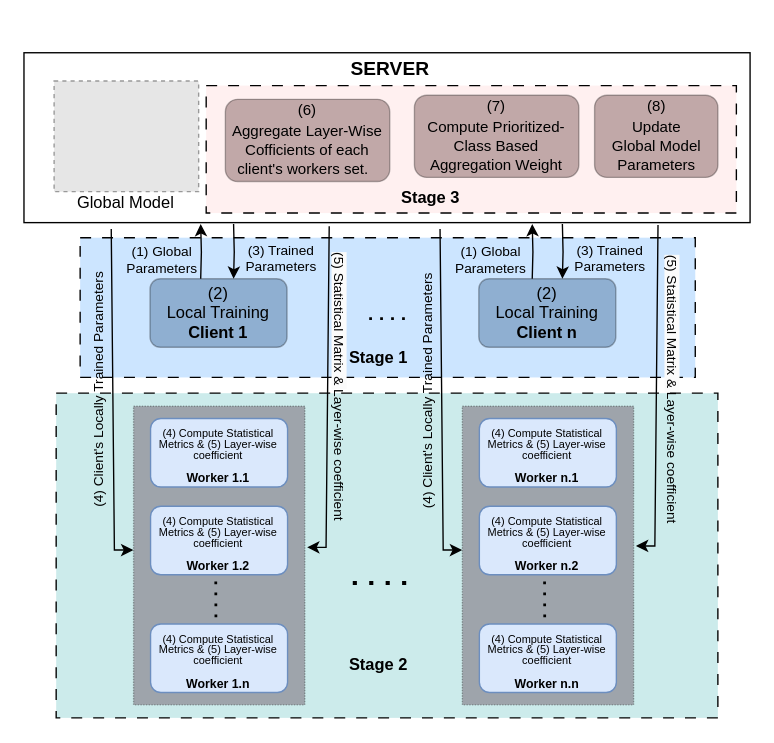
sujit880/Plotting_Graphs keeps this draw.io diagram as Copy of FedSat_FrameWork_Design.drawio. Above is the earlier version. Source tidied: cells renumbered, new cells numbered last; positions are measured from the earlier drawing's top-left corner, leaving out a move shared by most shapes. Both pictures are drawn from the tidied source at 137%, with x=0, y=0 at pixel (-23, 51). Pictures stored in the file or linked from it are replaced by grey dashed boxes.
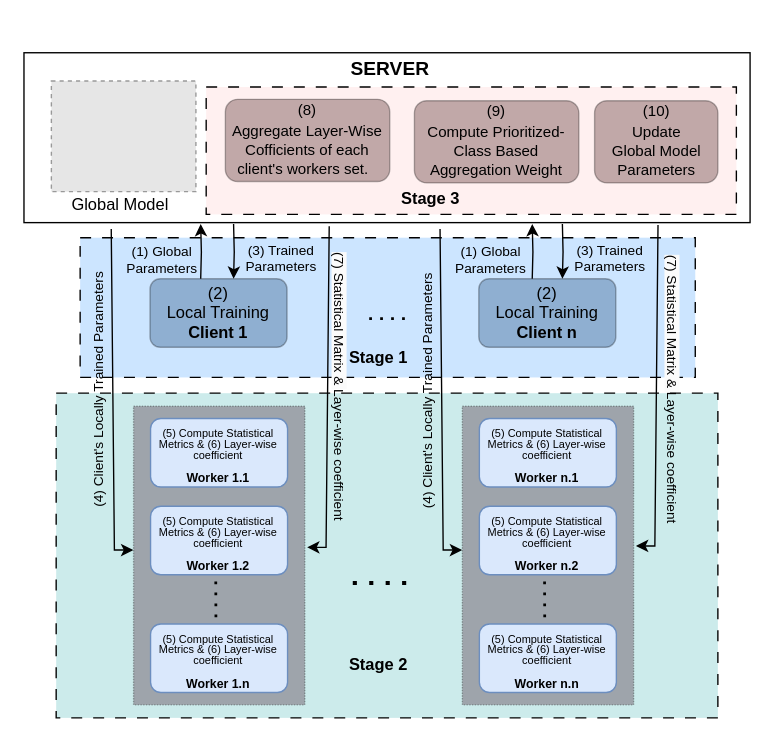
After the change.

The change refers to these unchanged cells:
```xml
<mxCell id="16" style="group;" parent="1" vertex="1">
  <mxGeometry x="114" y="259" width="125" height="218" as="geometry" />
</mxCell>
<mxCell id="22" style="group;" parent="1" vertex="1">
  <mxGeometry x="354" y="259" width="125" height="218" as="geometry" />
</mxCell>
```

Diff of the diagram source:
```diff
@@
     <mxCell id="5" style="rounded=0;whiteSpace=wrap;html=1;dashed=1;dashPattern=8 8;fillColor=#FFCCCC;fillOpacity=30;strokeOpacity=100;" parent="1" vertex="1">
-      <mxGeometry x="167" y="25" width="387" height="93" as="geometry" />
+      <mxGeometry x="167" y="26" width="387" height="93" as="geometry" />
     </mxCell>
-    <mxCell id="6" value="&lt;div style=&quot;font-size: 11px;&quot;&gt;&lt;font style=&quot;font-size: 11px;&quot;&gt;(6)&lt;/font&gt;&lt;/div&gt;&lt;font style=&quot;font-size: 11px;&quot;&gt;Aggregate Layer-Wise Cofficients of each client's workers set.&amp;nbsp;&amp;nbsp;&lt;/font&gt;" style="rounded=1;whiteSpace=wrap;html=1;fillColor=#330000;opacity=30;" parent="1" vertex="1">
+    <mxCell id="6" value="&lt;div style=&quot;font-size: 11px;&quot;&gt;&lt;font style=&quot;font-size: 11px;&quot;&gt;(8)&lt;/font&gt;&lt;/div&gt;&lt;font style=&quot;font-size: 11px;&quot;&gt;Aggregate Layer-Wise Cofficients of each client's workers set.&amp;nbsp;&amp;nbsp;&lt;/font&gt;" style="rounded=1;whiteSpace=wrap;html=1;fillColor=#330000;opacity=30;" parent="1" vertex="1">
       <mxGeometry x="181" y="35" width="120" height="60" as="geometry" />
     </mxCell>
-    <mxCell id="7" value="&lt;div style=&quot;font-size: 11px;&quot;&gt;&lt;font style=&quot;font-size: 11px;&quot;&gt;(7)&lt;/font&gt;&lt;/div&gt;&lt;font style=&quot;font-size: 11px;&quot;&gt;Compute Prioritized-Class Based Aggregation Weight&lt;/font&gt;" style="rounded=1;whiteSpace=wrap;html=1;fillColor=#330000;opacity=30;" parent="1" vertex="1">
-      <mxGeometry x="319" y="32" width="120" height="60" as="geometry" />
+    <mxCell id="7" value="&lt;div style=&quot;font-size: 11px;&quot;&gt;&lt;font style=&quot;font-size: 11px;&quot;&gt;(9)&lt;/font&gt;&lt;/div&gt;&lt;font style=&quot;font-size: 11px;&quot;&gt;Compute Prioritized-Class Based Aggregation Weight&lt;/font&gt;" style="rounded=1;whiteSpace=wrap;html=1;fillColor=#330000;opacity=30;" parent="1" vertex="1">
+      <mxGeometry x="319" y="36" width="120" height="60" as="geometry" />
     </mxCell>
-    <mxCell id="8" value="&lt;div style=&quot;font-size: 11px;&quot;&gt;&lt;font style=&quot;font-size: 11px;&quot;&gt;(8)&lt;/font&gt;&lt;/div&gt;&lt;font style=&quot;font-size: 11px;&quot;&gt;Update&lt;br&gt;Global Model Parameters&lt;/font&gt;" style="rounded=1;whiteSpace=wrap;html=1;fillColor=#330000;opacity=30;" parent="1" vertex="1">
-      <mxGeometry x="450.5" y="32" width="90" height="60" as="geometry" />
+    <mxCell id="8" value="&lt;div style=&quot;font-size: 11px;&quot;&gt;&lt;font style=&quot;font-size: 11px;&quot;&gt;(10)&lt;/font&gt;&lt;/div&gt;&lt;font style=&quot;font-size: 11px;&quot;&gt;Update&lt;br&gt;Global Model Parameters&lt;/font&gt;" style="rounded=1;whiteSpace=wrap;html=1;fillColor=#330000;opacity=30;" parent="1" vertex="1">
+      <mxGeometry x="450.5" y="36" width="90" height="60" as="geometry" />
     </mxCell>
     <mxCell id="9" value="&lt;b&gt;Stage 3&lt;/b&gt;" style="text;html=1;align=center;verticalAlign=middle;whiteSpace=wrap;rounded=0;" parent="1" vertex="1">
-      <mxGeometry x="301" y="92" width="60" height="30" as="geometry" />
+      <mxGeometry x="301" y="93" width="60" height="30" as="geometry" />
     </mxCell>
@@
     <mxCell id="11" style="fillColor=#E6E6E6;strokeColor=#999999;dashed=1;verticalLabelPosition=bottom;labelBackgroundColor=default;verticalAlign=top;" parent="1" vertex="1">
-      <mxGeometry x="56" y="21.6" width="105.5" height="80.8" as="geometry" />
+      <mxGeometry x="54" y="21.6" width="105.5" height="80.8" as="geometry" />
     </mxCell>
     <mxCell id="12" value="Global Model" style="text;html=1;align=center;verticalAlign=middle;whiteSpace=wrap;rounded=0;" parent="1" vertex="1">
-      <mxGeometry x="71.1" y="96" width="75.2" height="30" as="geometry" />
+      <mxGeometry x="67.1" y="97" width="75.2" height="30" as="geometry" />
     </mxCell>
@@
-    <mxCell id="19" value="&lt;p style=&quot;line-height: 50%;&quot;&gt;&lt;font style=&quot;font-size: 8px;&quot;&gt;(4) Compute Statistical&lt;br&gt;Metrics &amp;amp; (5)&amp;nbsp;&lt;/font&gt;&lt;span style=&quot;background-color: initial;&quot;&gt;&lt;span style=&quot;font-size: 8px;&quot;&gt;Layer-wise coefficient&lt;/span&gt;&lt;/span&gt;&lt;/p&gt;&lt;p style=&quot;line-height: 0%;&quot;&gt;&lt;span style=&quot;background-color: initial;&quot;&gt;&lt;b style=&quot;&quot;&gt;&lt;font style=&quot;font-size: 9px;&quot;&gt;Worker 1.n&lt;/font&gt;&lt;/b&gt;&lt;/span&gt;&lt;/p&gt;" style="rounded=1;whiteSpace=wrap;html=1;fillColor=#dae8fc;strokeColor=#6c8ebf;" parent="16" vertex="1">
+    <mxCell id="19" value="&lt;p style=&quot;line-height: 50%;&quot;&gt;&lt;font style=&quot;font-size: 8px;&quot;&gt;(5) Compute Statistical&lt;br&gt;Metrics &amp;amp; (6)&amp;nbsp;&lt;/font&gt;&lt;span style=&quot;background-color: initial;&quot;&gt;&lt;span style=&quot;font-size: 8px;&quot;&gt;Layer-wise coefficient&lt;/span&gt;&lt;/span&gt;&lt;/p&gt;&lt;p style=&quot;line-height: 0%;&quot;&gt;&lt;span style=&quot;background-color: initial;&quot;&gt;&lt;b style=&quot;&quot;&gt;&lt;font style=&quot;font-size: 9px;&quot;&gt;Worker 1.n&lt;/font&gt;&lt;/b&gt;&lt;/span&gt;&lt;/p&gt;" style="rounded=1;whiteSpace=wrap;html=1;fillColor=#dae8fc;strokeColor=#6c8ebf;" parent="16" vertex="1">
       <mxGeometry x="12.4" y="159" width="100" height="50" as="geometry" />
     </mxCell>
-    <mxCell id="20" value="&lt;p style=&quot;line-height: 50%;&quot;&gt;&lt;font style=&quot;font-size: 8px;&quot;&gt;(4) Compute Statistical&lt;br&gt;Metrics &amp;amp; (5)&amp;nbsp;&lt;/font&gt;&lt;span style=&quot;background-color: initial;&quot;&gt;&lt;span style=&quot;font-size: 8px;&quot;&gt;Layer-wise coefficient&lt;/span&gt;&lt;/span&gt;&lt;/p&gt;&lt;p style=&quot;line-height: 0%;&quot;&gt;&lt;span style=&quot;background-color: initial;&quot;&gt;&lt;b style=&quot;&quot;&gt;&lt;font style=&quot;font-size: 9px;&quot;&gt;Worker 1.1&lt;/font&gt;&lt;/b&gt;&lt;/span&gt;&lt;/p&gt;" style="rounded=1;whiteSpace=wrap;html=1;fillColor=#dae8fc;strokeColor=#6c8ebf;" parent="16" vertex="1">
+    <mxCell id="20" value="&lt;p style=&quot;line-height: 50%;&quot;&gt;&lt;font style=&quot;font-size: 8px;&quot;&gt;(5) Compute Statistical&lt;br&gt;Metrics &amp;amp; (6)&amp;nbsp;&lt;/font&gt;&lt;span style=&quot;background-color: initial;&quot;&gt;&lt;span style=&quot;font-size: 8px;&quot;&gt;Layer-wise coefficient&lt;/span&gt;&lt;/span&gt;&lt;/p&gt;&lt;p style=&quot;line-height: 0%;&quot;&gt;&lt;span style=&quot;background-color: initial;&quot;&gt;&lt;b style=&quot;&quot;&gt;&lt;font style=&quot;font-size: 9px;&quot;&gt;Worker 1.1&lt;/font&gt;&lt;/b&gt;&lt;/span&gt;&lt;/p&gt;" style="rounded=1;whiteSpace=wrap;html=1;fillColor=#dae8fc;strokeColor=#6c8ebf;" parent="16" vertex="1">
       <mxGeometry x="12.4" y="9" width="100" height="50" as="geometry" />
     </mxCell>
-    <mxCell id="21" value="&lt;p style=&quot;line-height: 50%;&quot;&gt;&lt;font style=&quot;font-size: 8px;&quot;&gt;(4) Compute Statistical&lt;br&gt;Metrics &amp;amp; (5)&amp;nbsp;&lt;/font&gt;&lt;span style=&quot;background-color: initial;&quot;&gt;&lt;span style=&quot;font-size: 8px;&quot;&gt;Layer-wise coefficient&lt;/span&gt;&lt;/span&gt;&lt;/p&gt;&lt;p style=&quot;line-height: 0%;&quot;&gt;&lt;span style=&quot;background-color: initial;&quot;&gt;&lt;b style=&quot;&quot;&gt;&lt;font style=&quot;font-size: 9px;&quot;&gt;Worker 1.2&lt;/font&gt;&lt;/b&gt;&lt;/span&gt;&lt;/p&gt;" style="rounded=1;whiteSpace=wrap;html=1;fillColor=#dae8fc;strokeColor=#6c8ebf;" parent="16" vertex="1">
+    <mxCell id="21" value="&lt;p style=&quot;line-height: 50%;&quot;&gt;&lt;font style=&quot;font-size: 8px;&quot;&gt;(5) Compute Statistical&lt;br&gt;Metrics &amp;amp; (6)&amp;nbsp;&lt;/font&gt;&lt;span style=&quot;background-color: initial;&quot;&gt;&lt;span style=&quot;font-size: 8px;&quot;&gt;Layer-wise coefficient&lt;/span&gt;&lt;/span&gt;&lt;/p&gt;&lt;p style=&quot;line-height: 0%;&quot;&gt;&lt;span style=&quot;background-color: initial;&quot;&gt;&lt;b style=&quot;&quot;&gt;&lt;font style=&quot;font-size: 9px;&quot;&gt;Worker 1.2&lt;/font&gt;&lt;/b&gt;&lt;/span&gt;&lt;/p&gt;" style="rounded=1;whiteSpace=wrap;html=1;fillColor=#dae8fc;strokeColor=#6c8ebf;" parent="16" vertex="1">
       <mxGeometry x="12.4" y="73" width="100" height="50" as="geometry" />
     </mxCell>
@@
-    <mxCell id="25" value="&lt;p style=&quot;line-height: 50%;&quot;&gt;&lt;font style=&quot;font-size: 8px;&quot;&gt;(4) Compute Statistical&lt;br&gt;Metrics &amp;amp; (5)&amp;nbsp;&lt;/font&gt;&lt;span style=&quot;background-color: initial;&quot;&gt;&lt;span style=&quot;font-size: 8px;&quot;&gt;Layer-wise coefficient&lt;/span&gt;&lt;/span&gt;&lt;/p&gt;&lt;p style=&quot;line-height: 0%;&quot;&gt;&lt;span style=&quot;background-color: initial;&quot;&gt;&lt;b style=&quot;&quot;&gt;&lt;font style=&quot;font-size: 9px;&quot;&gt;Worker n.n&lt;/font&gt;&lt;/b&gt;&lt;/span&gt;&lt;/p&gt;" style="rounded=1;whiteSpace=wrap;html=1;fillColor=#dae8fc;strokeColor=#6c8ebf;" parent="22" vertex="1">
+    <mxCell id="25" value="&lt;p style=&quot;line-height: 50%;&quot;&gt;&lt;font style=&quot;font-size: 8px;&quot;&gt;(5) Compute Statistical&lt;br&gt;Metrics &amp;amp; (6)&amp;nbsp;&lt;/font&gt;&lt;span style=&quot;background-color: initial;&quot;&gt;&lt;span style=&quot;font-size: 8px;&quot;&gt;Layer-wise coefficient&lt;/span&gt;&lt;/span&gt;&lt;/p&gt;&lt;p style=&quot;line-height: 0%;&quot;&gt;&lt;span style=&quot;background-color: initial;&quot;&gt;&lt;b style=&quot;&quot;&gt;&lt;font style=&quot;font-size: 9px;&quot;&gt;Worker n.n&lt;/font&gt;&lt;/b&gt;&lt;/span&gt;&lt;/p&gt;" style="rounded=1;whiteSpace=wrap;html=1;fillColor=#dae8fc;strokeColor=#6c8ebf;" parent="22" vertex="1">
       <mxGeometry x="12.4" y="159" width="100" height="50" as="geometry" />
     </mxCell>
-    <mxCell id="26" value="&lt;p style=&quot;line-height: 50%;&quot;&gt;&lt;font style=&quot;font-size: 8px;&quot;&gt;(4) Compute Statistical&lt;br&gt;Metrics &amp;amp; (5)&amp;nbsp;&lt;/font&gt;&lt;span style=&quot;background-color: initial;&quot;&gt;&lt;span style=&quot;font-size: 8px;&quot;&gt;Layer-wise coefficient&lt;/span&gt;&lt;/span&gt;&lt;/p&gt;&lt;p style=&quot;line-height: 0%;&quot;&gt;&lt;span style=&quot;background-color: initial;&quot;&gt;&lt;b style=&quot;&quot;&gt;&lt;font style=&quot;font-size: 9px;&quot;&gt;Worker n.1&lt;/font&gt;&lt;/b&gt;&lt;/span&gt;&lt;/p&gt;" style="rounded=1;whiteSpace=wrap;html=1;fillColor=#dae8fc;strokeColor=#6c8ebf;" parent="22" vertex="1">
+    <mxCell id="26" value="&lt;p style=&quot;line-height: 50%;&quot;&gt;&lt;font style=&quot;font-size: 8px;&quot;&gt;(5) Compute Statistical&lt;br&gt;Metrics &amp;amp; (6)&amp;nbsp;&lt;/font&gt;&lt;span style=&quot;background-color: initial;&quot;&gt;&lt;span style=&quot;font-size: 8px;&quot;&gt;Layer-wise coefficient&lt;/span&gt;&lt;/span&gt;&lt;/p&gt;&lt;p style=&quot;line-height: 0%;&quot;&gt;&lt;span style=&quot;background-color: initial;&quot;&gt;&lt;b style=&quot;&quot;&gt;&lt;font style=&quot;font-size: 9px;&quot;&gt;Worker n.1&lt;/font&gt;&lt;/b&gt;&lt;/span&gt;&lt;/p&gt;" style="rounded=1;whiteSpace=wrap;html=1;fillColor=#dae8fc;strokeColor=#6c8ebf;" parent="22" vertex="1">
       <mxGeometry x="12.4" y="9" width="100" height="50" as="geometry" />
     </mxCell>
-    <mxCell id="27" value="&lt;p style=&quot;line-height: 50%;&quot;&gt;&lt;font style=&quot;font-size: 8px;&quot;&gt;(4) Compute Statistical&lt;br&gt;Metrics &amp;amp; (5)&amp;nbsp;&lt;/font&gt;&lt;span style=&quot;background-color: initial;&quot;&gt;&lt;span style=&quot;font-size: 8px;&quot;&gt;Layer-wise coefficient&lt;/span&gt;&lt;/span&gt;&lt;/p&gt;&lt;p style=&quot;line-height: 0%;&quot;&gt;&lt;span style=&quot;background-color: initial;&quot;&gt;&lt;b style=&quot;&quot;&gt;&lt;font style=&quot;font-size: 9px;&quot;&gt;Worker n.2&lt;/font&gt;&lt;/b&gt;&lt;/span&gt;&lt;/p&gt;" style="rounded=1;whiteSpace=wrap;html=1;fillColor=#dae8fc;strokeColor=#6c8ebf;" parent="22" vertex="1">
+    <mxCell id="27" value="&lt;p style=&quot;line-height: 50%;&quot;&gt;&lt;font style=&quot;font-size: 8px;&quot;&gt;(5) Compute Statistical&lt;br&gt;Metrics &amp;amp; (6)&amp;nbsp;&lt;/font&gt;&lt;span style=&quot;background-color: initial;&quot;&gt;&lt;span style=&quot;font-size: 8px;&quot;&gt;Layer-wise coefficient&lt;/span&gt;&lt;/span&gt;&lt;/p&gt;&lt;p style=&quot;line-height: 0%;&quot;&gt;&lt;span style=&quot;background-color: initial;&quot;&gt;&lt;b style=&quot;&quot;&gt;&lt;font style=&quot;font-size: 9px;&quot;&gt;Worker n.2&lt;/font&gt;&lt;/b&gt;&lt;/span&gt;&lt;/p&gt;" style="rounded=1;whiteSpace=wrap;html=1;fillColor=#dae8fc;strokeColor=#6c8ebf;" parent="22" vertex="1">
       <mxGeometry x="12.4" y="73" width="100" height="50" as="geometry" />
     </mxCell>
@@
-    <mxCell id="47" value="&lt;font style=&quot;font-size: 10px;&quot;&gt;&lt;font style=&quot;forced-color-adjust: none; color: rgb(0, 0, 0); font-family: Helvetica; font-style: normal; font-variant-ligatures: normal; font-variant-caps: normal; font-weight: 400; letter-spacing: normal; orphans: 2; text-align: center; text-indent: 0px; text-transform: none; widows: 2; word-spacing: 0px; -webkit-text-stroke-width: 0px; white-space: normal; background-color: rgb(251, 251, 251); text-decoration-thickness: initial; text-decoration-style: initial; text-decoration-color: initial; font-size: 10px;&quot;&gt;(5) Statistical Matrix &amp;amp;&amp;nbsp;&lt;/font&gt;&lt;span style=&quot;forced-color-adjust: none; color: rgb(0, 0, 0); font-family: Helvetica; font-style: normal; font-variant-ligatures: normal; font-variant-caps: normal; font-weight: 400; letter-spacing: normal; orphans: 2; text-align: center; text-indent: 0px; text-transform: none; widows: 2; word-spacing: 0px; -webkit-text-stroke-width: 0px; white-space: normal; background-color: initial; text-decoration-thickness: initial; text-decoration-style: initial; text-decoration-color: initial;&quot;&gt;Layer-wise coefficient&lt;/span&gt;&lt;/font&gt;" style="text;whiteSpace=wrap;html=1;flipH=1;flipV=1;direction=west;rotation=90;" parent="1" vertex="1">
+    <mxCell id="47" value="&lt;font style=&quot;font-size: 10px;&quot;&gt;&lt;font style=&quot;forced-color-adjust: none; color: rgb(0, 0, 0); font-family: Helvetica; font-style: normal; font-variant-ligatures: normal; font-variant-caps: normal; font-weight: 400; letter-spacing: normal; orphans: 2; text-align: center; text-indent: 0px; text-transform: none; widows: 2; word-spacing: 0px; -webkit-text-stroke-width: 0px; white-space: normal; background-color: rgb(251, 251, 251); text-decoration-thickness: initial; text-decoration-style: initial; text-decoration-color: initial; font-size: 10px;&quot;&gt;(7) Statistical Matrix &amp;amp;&amp;nbsp;&lt;/font&gt;&lt;span style=&quot;forced-color-adjust: none; color: rgb(0, 0, 0); font-family: Helvetica; font-style: normal; font-variant-ligatures: normal; font-variant-caps: normal; font-weight: 400; letter-spacing: normal; orphans: 2; text-align: center; text-indent: 0px; text-transform: none; widows: 2; word-spacing: 0px; -webkit-text-stroke-width: 0px; white-space: normal; background-color: initial; text-decoration-thickness: initial; text-decoration-style: initial; text-decoration-color: initial;&quot;&gt;Layer-wise coefficient&lt;/span&gt;&lt;/font&gt;" style="text;whiteSpace=wrap;html=1;flipH=1;flipV=1;direction=west;rotation=90;" parent="1" vertex="1">
       <mxGeometry x="149" y="245" width="230" height="30" as="geometry" />
     </mxCell>
-    <mxCell id="48" value="&lt;font style=&quot;font-size: 10px;&quot;&gt;&lt;font style=&quot;forced-color-adjust: none; color: rgb(0, 0, 0); font-family: Helvetica; font-style: normal; font-variant-ligatures: normal; font-variant-caps: normal; font-weight: 400; letter-spacing: normal; orphans: 2; text-align: center; text-indent: 0px; text-transform: none; widows: 2; word-spacing: 0px; -webkit-text-stroke-width: 0px; white-space: normal; background-color: rgb(251, 251, 251); text-decoration-thickness: initial; text-decoration-style: initial; text-decoration-color: initial; font-size: 10px;&quot;&gt;(5) Statistical Matrix &amp;amp;&amp;nbsp;&lt;/font&gt;&lt;span style=&quot;forced-color-adjust: none; color: rgb(0, 0, 0); font-family: Helvetica; font-style: normal; font-variant-ligatures: normal; font-variant-caps: normal; font-weight: 400; letter-spacing: normal; orphans: 2; text-align: center; text-indent: 0px; text-transform: none; widows: 2; word-spacing: 0px; -webkit-text-stroke-width: 0px; white-space: normal; background-color: initial; text-decoration-thickness: initial; text-decoration-style: initial; text-decoration-color: initial;&quot;&gt;Layer-wise coefficient&lt;/span&gt;&lt;/font&gt;" style="text;whiteSpace=wrap;html=1;flipH=1;flipV=1;direction=west;rotation=90;" parent="1" vertex="1">
+    <mxCell id="48" value="&lt;font style=&quot;font-size: 10px;&quot;&gt;&lt;font style=&quot;forced-color-adjust: none; color: rgb(0, 0, 0); font-family: Helvetica; font-style: normal; font-variant-ligatures: normal; font-variant-caps: normal; font-weight: 400; letter-spacing: normal; orphans: 2; text-align: center; text-indent: 0px; text-transform: none; widows: 2; word-spacing: 0px; -webkit-text-stroke-width: 0px; white-space: normal; background-color: rgb(251, 251, 251); text-decoration-thickness: initial; text-decoration-style: initial; text-decoration-color: initial; font-size: 10px;&quot;&gt;(7) Statistical Matrix &amp;amp;&amp;nbsp;&lt;/font&gt;&lt;span style=&quot;forced-color-adjust: none; color: rgb(0, 0, 0); font-family: Helvetica; font-style: normal; font-variant-ligatures: normal; font-variant-caps: normal; font-weight: 400; letter-spacing: normal; orphans: 2; text-align: center; text-indent: 0px; text-transform: none; widows: 2; word-spacing: 0px; -webkit-text-stroke-width: 0px; white-space: normal; background-color: initial; text-decoration-thickness: initial; text-decoration-style: initial; text-decoration-color: initial;&quot;&gt;Layer-wise coefficient&lt;/span&gt;&lt;/font&gt;" style="text;whiteSpace=wrap;html=1;flipH=1;flipV=1;direction=west;rotation=90;" parent="1" vertex="1">
       <mxGeometry x="392" y="247" width="230" height="30" as="geometry" />
     </mxCell>
```
